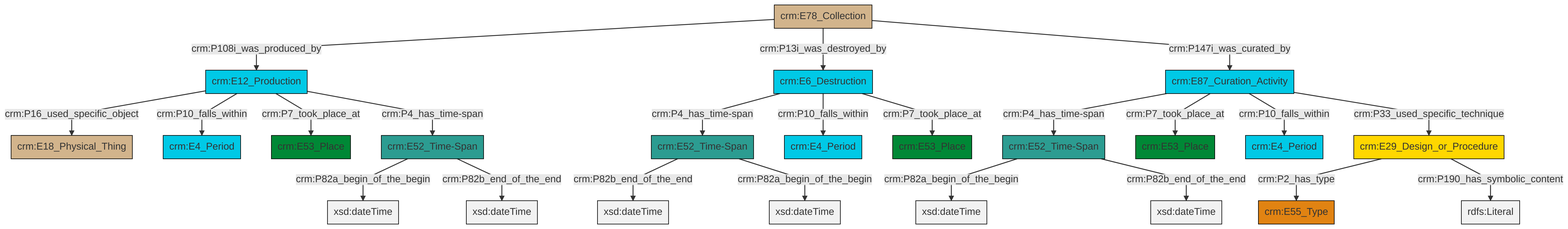
Before: et/archivalCSV/ttl/mmd/png/archival_existence.png, a diagram exported from Mermaid (swiss-art-research-net/docs.swissartresearch). Its source is kept beside it as et/archivalCSV/ttl/mmd/archival_existence.ttl.mmd.
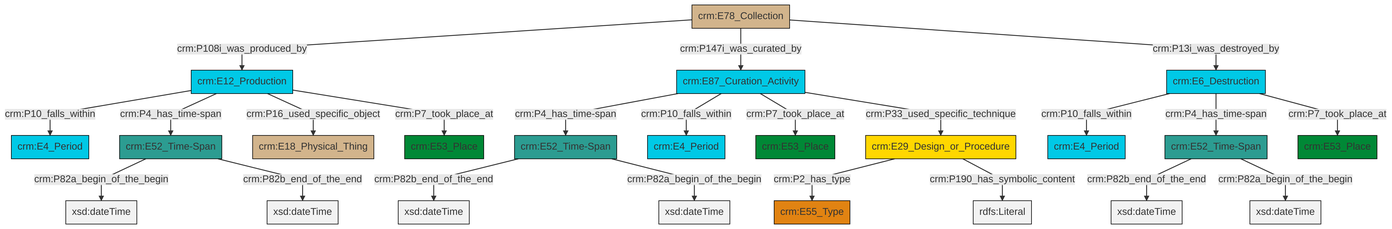
The same diagram one commit later.

Diff of the diagram source:
```diff
@@ -13,25 +13,25 @@
 classDef PC_Classes fill:#4ce600, stroke:#000000;
 classDef Multi fill:#cccccc,stroke:#000000;
 
-0["crm:E52_Time-Span"]:::Time-Span -->|crm:P82b_end_of_the_end| 1[xsd:dateTime]:::Literal
-2["crm:E12_Production"]:::Temporal_Entity -->|crm:P16_used_specific_object| 3["crm:E18_Physical_Thing"]:::Physical_Thing
-6["crm:E87_Curation_Activity"]:::Temporal_Entity -->|crm:P4_has_time-span| 7["crm:E52_Time-Span"]:::Time-Span
-8["crm:E78_Collection"]:::Physical_Thing -->|crm:P108i_was_produced_by| 2["crm:E12_Production"]:::Temporal_Entity
-10["crm:E6_Destruction"]:::Temporal_Entity -->|crm:P4_has_time-span| 0["crm:E52_Time-Span"]:::Time-Span
-2["crm:E12_Production"]:::Temporal_Entity -->|crm:P10_falls_within| 11["crm:E4_Period"]:::Temporal_Entity
-10["crm:E6_Destruction"]:::Temporal_Entity -->|crm:P10_falls_within| 12["crm:E4_Period"]:::Temporal_Entity
-6["crm:E87_Curation_Activity"]:::Temporal_Entity -->|crm:P7_took_place_at| 4["crm:E53_Place"]:::Place
-7["crm:E52_Time-Span"]:::Time-Span -->|crm:P82a_begin_of_the_begin| 26[xsd:dateTime]:::Literal
-2["crm:E12_Production"]:::Temporal_Entity -->|crm:P7_took_place_at| 27["crm:E53_Place"]:::Place
-19["crm:E29_Design_or_Procedure"]:::Conceptual_Object -->|crm:P2_has_type| 24["crm:E55_Type"]:::Type
-7["crm:E52_Time-Span"]:::Time-Span -->|crm:P82b_end_of_the_end| 29[xsd:dateTime]:::Literal
-8["crm:E78_Collection"]:::Physical_Thing -->|crm:P13i_was_destroyed_by| 10["crm:E6_Destruction"]:::Temporal_Entity
-13["crm:E52_Time-Span"]:::Time-Span -->|crm:P82a_begin_of_the_begin| 32[xsd:dateTime]:::Literal
-19["crm:E29_Design_or_Procedure"]:::Conceptual_Object -->|crm:P190_has_symbolic_content| 34[rdfs:Literal]:::Literal
-13["crm:E52_Time-Span"]:::Time-Span -->|crm:P82b_end_of_the_end| 35[xsd:dateTime]:::Literal
-8["crm:E78_Collection"]:::Physical_Thing -->|crm:P147i_was_curated_by| 6["crm:E87_Curation_Activity"]:::Temporal_Entity
-2["crm:E12_Production"]:::Temporal_Entity -->|crm:P4_has_time-span| 13["crm:E52_Time-Span"]:::Time-Span
-10["crm:E6_Destruction"]:::Temporal_Entity -->|crm:P7_took_place_at| 21["crm:E53_Place"]:::Place
-6["crm:E87_Curation_Activity"]:::Temporal_Entity -->|crm:P10_falls_within| 17["crm:E4_Period"]:::Temporal_Entity
-6["crm:E87_Curation_Activity"]:::Temporal_Entity -->|crm:P33_used_specific_technique| 19["crm:E29_Design_or_Procedure"]:::Conceptual_Object
-0["crm:E52_Time-Span"]:::Time-Span -->|crm:P82a_begin_of_the_begin| 38[xsd:dateTime]:::Literal
+6["crm:E78_Collection"]:::Physical_Thing -->|crm:P108i_was_produced_by| 7["crm:E12_Production"]:::Temporal_Entity
+10["crm:E6_Destruction"]:::Temporal_Entity -->|crm:P10_falls_within| 11["crm:E4_Period"]:::Temporal_Entity
+2["crm:E29_Design_or_Procedure"]:::Conceptual_Object -->|crm:P2_has_type| 4["crm:E55_Type"]:::Type
+14["crm:E52_Time-Span"]:::Time-Span -->|crm:P82b_end_of_the_end| 15[xsd:dateTime]:::Literal
+16["crm:E52_Time-Span"]:::Time-Span -->|crm:P82b_end_of_the_end| 17[xsd:dateTime]:::Literal
+18["crm:E87_Curation_Activity"]:::Temporal_Entity -->|crm:P4_has_time-span| 14["crm:E52_Time-Span"]:::Time-Span
+6["crm:E78_Collection"]:::Physical_Thing -->|crm:P147i_was_curated_by| 18["crm:E87_Curation_Activity"]:::Temporal_Entity
+7["crm:E12_Production"]:::Temporal_Entity -->|crm:P10_falls_within| 19["crm:E4_Period"]:::Temporal_Entity
+0["crm:E52_Time-Span"]:::Time-Span -->|crm:P82a_begin_of_the_begin| 22[xsd:dateTime]:::Literal
+2["crm:E29_Design_or_Procedure"]:::Conceptual_Object -->|crm:P190_has_symbolic_content| 23[rdfs:Literal]:::Literal
+16["crm:E52_Time-Span"]:::Time-Span -->|crm:P82a_begin_of_the_begin| 24[xsd:dateTime]:::Literal
+0["crm:E52_Time-Span"]:::Time-Span -->|crm:P82b_end_of_the_end| 26[xsd:dateTime]:::Literal
+6["crm:E78_Collection"]:::Physical_Thing -->|crm:P13i_was_destroyed_by| 10["crm:E6_Destruction"]:::Temporal_Entity
+7["crm:E12_Production"]:::Temporal_Entity -->|crm:P4_has_time-span| 0["crm:E52_Time-Span"]:::Time-Span
+10["crm:E6_Destruction"]:::Temporal_Entity -->|crm:P4_has_time-span| 16["crm:E52_Time-Span"]:::Time-Span
+18["crm:E87_Curation_Activity"]:::Temporal_Entity -->|crm:P10_falls_within| 8["crm:E4_Period"]:::Temporal_Entity
+7["crm:E12_Production"]:::Temporal_Entity -->|crm:P16_used_specific_object| 34["crm:E18_Physical_Thing"]:::Physical_Thing
+18["crm:E87_Curation_Activity"]:::Temporal_Entity -->|crm:P7_took_place_at| 29["crm:E53_Place"]:::Place
+14["crm:E52_Time-Span"]:::Time-Span -->|crm:P82a_begin_of_the_begin| 35[xsd:dateTime]:::Literal
+18["crm:E87_Curation_Activity"]:::Temporal_Entity -->|crm:P33_used_specific_technique| 2["crm:E29_Design_or_Procedure"]:::Conceptual_Object
+7["crm:E12_Production"]:::Temporal_Entity -->|crm:P7_took_place_at| 12["crm:E53_Place"]:::Place
+10["crm:E6_Destruction"]:::Temporal_Entity -->|crm:P7_took_place_at| 31["crm:E53_Place"]:::Place
```
